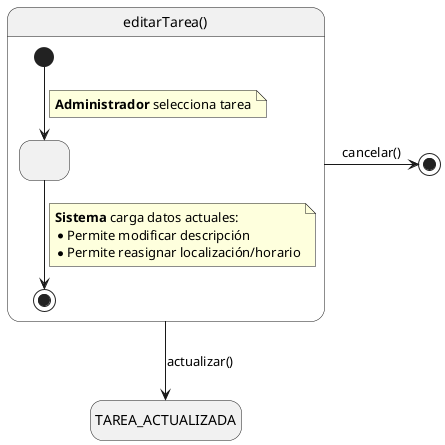
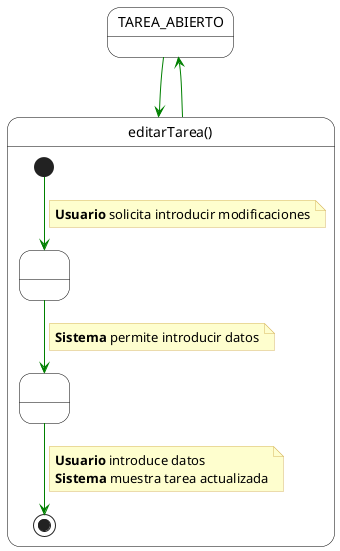
- @startuml EditarTarea
- hide empty description
+ @startuml
+ skinparam state {
+     BackgroundColor White
+     BorderColor Black
+     ArrowColor #008000
+ }
+ skinparam note {
+     BackgroundColor #FEFECE
+     BorderColor #D7B75F
+ }

- state "editarTarea()" as MainBlock {
-     [*] --> CargaDatos
+ state TAREA_ABIERTO
+ 
+ state "editarTarea()" as editarTarea {
+     state " " as Inicio <<start>>
+     state " " as Edicion
+     state " " as Guardado
+     state " " as Fin <<end>>
+ 
+     Inicio --> Edicion
    note on link
-         **Administrador** selecciona tarea
+         <b>Usuario</b> solicita introducir modificaciones
    end note

-     state CargaDatos as " "
-     CargaDatos --> [*]
+     Edicion --> Guardado
    note on link
-         **Sistema** carga datos actuales:
-         * Permite modificar descripción
-         * Permite reasignar localización/horario
+         <b>Sistema</b> permite introducir datos
+     end note
+ 
+     Guardado --> Fin
+     note on link
+         <b>Usuario</b> introduce datos
+         <b>Sistema</b> muestra tarea actualizada
    end note
}

- state TAREA_ACTUALIZADA
- MainBlock -down-> TAREA_ACTUALIZADA : actualizar()
- MainBlock -right-> [*] : cancelar()
+ TAREA_ABIERTO --> editarTarea
+ editarTarea --> TAREA_ABIERTO
@enduml